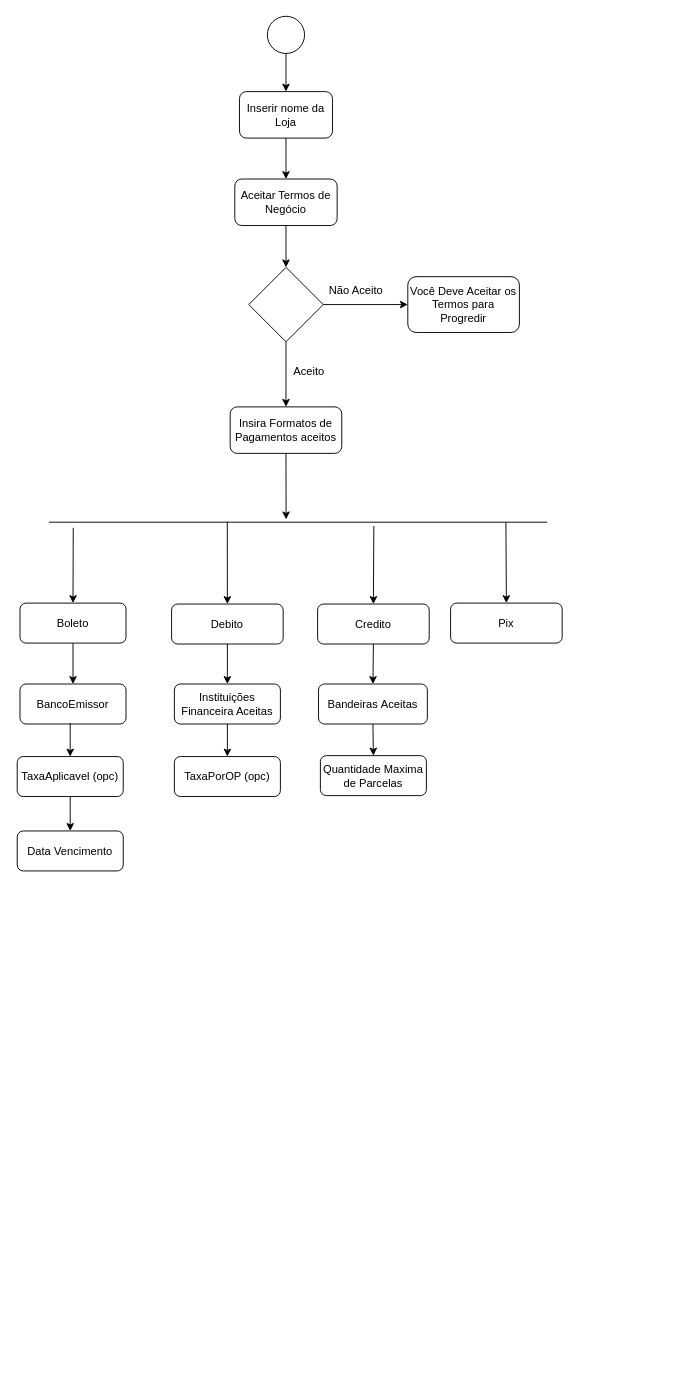
The draw.io diagram page "FluxoDeAtividadeAdicionarLoja" (4 of 4) of DiagramasPIMVII.drawio in GustavoFerreira143/AtividadeSenai, before the edit. Source tidied: cells renumbered, new cells numbered last; positions are measured from the earlier drawing's top-left corner, leaving out a move shared by most shapes. Both pictures are drawn from the tidied source at 93%, with x=0, y=0 at pixel (17, 16).
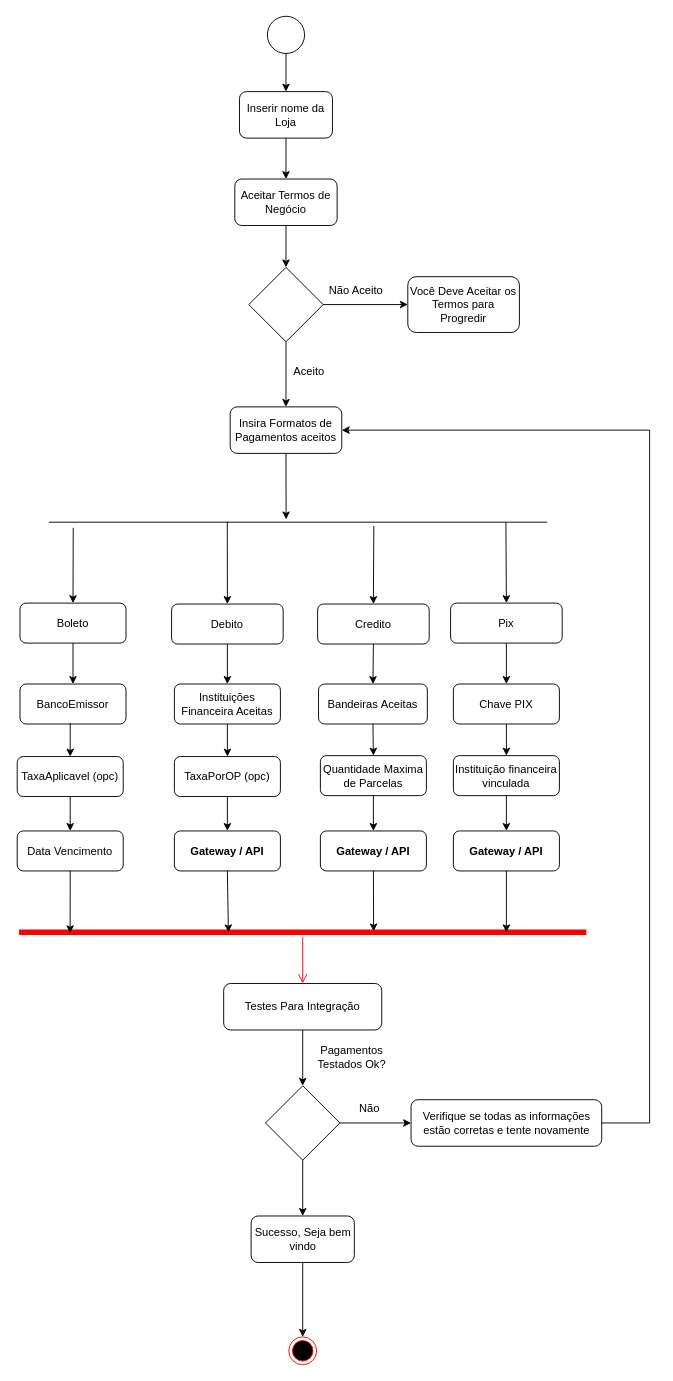
The same page after the edit.

The change refers to these unchanged cells:
```xml
<mxCell id="7" value="Insira Formatos de Pagamentos aceitos" style="rounded=1;whiteSpace=wrap;html=1;" parent="1" vertex="1">
  <mxGeometry x="229" y="420" width="120" height="50" as="geometry" />
</mxCell>
<mxCell id="24" value="Pix" style="rounded=1;whiteSpace=wrap;html=1;" parent="1" vertex="1">
  <mxGeometry x="466" y="631" width="120" height="43" as="geometry" />
</mxCell>
<mxCell id="29" value="Data Vencimento" style="rounded=1;whiteSpace=wrap;html=1;" parent="1" vertex="1">
  <mxGeometry y="876" width="114" height="43" as="geometry" />
</mxCell>
<mxCell id="33" value="TaxaPorOP (opc)" style="rounded=1;whiteSpace=wrap;html=1;" parent="1" vertex="1">
  <mxGeometry x="169" y="796" width="114" height="43" as="geometry" />
</mxCell>
<mxCell id="37" value="Quantidade Maxima de Parcelas" style="rounded=1;whiteSpace=wrap;html=1;" parent="1" vertex="1">
  <mxGeometry x="326" y="795" width="114" height="43" as="geometry" />
</mxCell>
```

Change to the diagram source:
```diff
@@
+    <mxCell id="39" value="Chave PIX" style="rounded=1;whiteSpace=wrap;html=1;" parent="1" vertex="1">
+      <mxGeometry x="469" y="718" width="114" height="43" as="geometry" />
+    </mxCell>
+    <mxCell id="40" style="endArrow=classic;html=1;rounded=0;entryX=0.5;entryY=0;entryDx=0;entryDy=0;exitX=0.5;exitY=1;exitDx=0;exitDy=0;" parent="1" edge="1" source="24" target="39">
+      <mxGeometry relative="1" as="geometry" />
+    </mxCell>
+    <mxCell id="41" value="Instituição financeira vinculada" style="rounded=1;whiteSpace=wrap;html=1;" parent="1" vertex="1">
+      <mxGeometry x="469" y="795" width="114" height="43" as="geometry" />
+    </mxCell>
+    <mxCell id="42" value="&lt;strong&gt;Gateway / API&lt;/strong&gt;" style="rounded=1;whiteSpace=wrap;html=1;" parent="1" vertex="1">
+      <mxGeometry x="469" y="876" width="114" height="43" as="geometry" />
+    </mxCell>
+    <mxCell id="43" value="&lt;strong&gt;Gateway / API&lt;/strong&gt;" style="rounded=1;whiteSpace=wrap;html=1;" parent="1" vertex="1">
+      <mxGeometry x="326" y="876" width="114" height="43" as="geometry" />
+    </mxCell>
+    <mxCell id="44" value="&lt;strong&gt;Gateway / API&lt;/strong&gt;" style="rounded=1;whiteSpace=wrap;html=1;" parent="1" vertex="1">
+      <mxGeometry x="169" y="876" width="114" height="43" as="geometry" />
+    </mxCell>
+    <mxCell id="45" style="endArrow=classic;html=1;rounded=0;exitX=0.5;exitY=1;exitDx=0;exitDy=0;entryX=0.5;entryY=0;entryDx=0;entryDy=0;" parent="1" edge="1" source="33" target="44">
+      <mxGeometry relative="1" as="geometry" />
+    </mxCell>
+    <mxCell id="46" style="endArrow=classic;html=1;rounded=0;exitX=0.5;exitY=1;exitDx=0;exitDy=0;entryX=0.5;entryY=0;entryDx=0;entryDy=0;" parent="1" edge="1" source="37" target="43">
+      <mxGeometry relative="1" as="geometry" />
+    </mxCell>
+    <mxCell id="47" style="endArrow=classic;html=1;rounded=0;entryX=0.5;entryY=0;entryDx=0;entryDy=0;exitX=0.5;exitY=1;exitDx=0;exitDy=0;" parent="1" edge="1" source="39" target="41">
+      <mxGeometry relative="1" as="geometry" />
+    </mxCell>
+    <mxCell id="48" style="endArrow=classic;html=1;rounded=0;entryX=0.5;entryY=0;entryDx=0;entryDy=0;exitX=0.5;exitY=1;exitDx=0;exitDy=0;" parent="1" edge="1" source="41" target="42">
+      <mxGeometry relative="1" as="geometry" />
+    </mxCell>
+    <mxCell id="49" style="shape=line;html=1;strokeWidth=6;strokeColor=#ff0000;" parent="1" vertex="1">
+      <mxGeometry x="2" y="980" width="610" height="10" as="geometry" />
+    </mxCell>
+    <mxCell id="50" style="edgeStyle=orthogonalEdgeStyle;html=1;verticalAlign=bottom;endArrow=open;endSize=8;strokeColor=#ff0000;rounded=0;entryX=0.5;entryY=0;entryDx=0;entryDy=0;" parent="1" edge="1" source="49" target="55">
+      <mxGeometry relative="1" as="geometry" />
+    </mxCell>
+    <mxCell id="51" style="endArrow=classic;html=1;rounded=0;exitX=0.5;exitY=1;exitDx=0;exitDy=0;entryX=0.09;entryY=0.6;entryDx=0;entryDy=0;entryPerimeter=0;" parent="1" edge="1" source="29" target="49">
+      <mxGeometry relative="1" as="geometry" />
+    </mxCell>
+    <mxCell id="52" style="endArrow=classic;html=1;rounded=0;exitX=0.5;exitY=1;exitDx=0;exitDy=0;entryX=0.369;entryY=0.5;entryDx=0;entryDy=0;entryPerimeter=0;" parent="1" edge="1" source="44" target="49">
+      <mxGeometry relative="1" as="geometry" />
+    </mxCell>
+    <mxCell id="53" style="endArrow=classic;html=1;rounded=0;entryX=0.625;entryY=0.4;entryDx=0;entryDy=0;entryPerimeter=0;exitX=0.5;exitY=1;exitDx=0;exitDy=0;" parent="1" edge="1" source="43" target="49">
+      <mxGeometry relative="1" as="geometry" />
+    </mxCell>
+    <mxCell id="54" style="endArrow=classic;html=1;rounded=0;entryX=0.859;entryY=0.5;entryDx=0;entryDy=0;entryPerimeter=0;exitX=0.5;exitY=1;exitDx=0;exitDy=0;" parent="1" edge="1" source="42" target="49">
+      <mxGeometry relative="1" as="geometry" />
+    </mxCell>
+    <mxCell id="55" value="Testes Para Integração" style="rounded=1;whiteSpace=wrap;html=1;" parent="1" vertex="1">
+      <mxGeometry x="222" y="1040" width="170" height="50" as="geometry" />
+    </mxCell>
+    <mxCell id="56" style="rhombus;whiteSpace=wrap;html=1;" parent="1" vertex="1">
+      <mxGeometry x="267" y="1150" width="80" height="80" as="geometry" />
+    </mxCell>
+    <mxCell id="57" style="endArrow=classic;html=1;rounded=0;exitX=0.5;exitY=1;exitDx=0;exitDy=0;entryX=0.5;entryY=0;entryDx=0;entryDy=0;" parent="1" edge="1" source="55" target="56">
+      <mxGeometry relative="1" as="geometry" />
+    </mxCell>
+    <mxCell id="58" value="Pagamentos Testados Ok?" style="text;html=1;align=center;verticalAlign=middle;whiteSpace=wrap;rounded=0;" parent="1" vertex="1">
+      <mxGeometry x="310" y="1104" width="100" height="30" as="geometry" />
+    </mxCell>
+    <mxCell id="59" value="Verifique se todas as informações estão corretas e tente novamente" style="rounded=1;whiteSpace=wrap;html=1;" parent="1" vertex="1">
+      <mxGeometry x="423.5" y="1165" width="205" height="50" as="geometry" />
+    </mxCell>
+    <mxCell id="60" style="endArrow=classic;html=1;rounded=0;exitX=1;exitY=0.5;exitDx=0;exitDy=0;entryX=0;entryY=0.5;entryDx=0;entryDy=0;" parent="1" edge="1" source="56" target="59">
+      <mxGeometry relative="1" as="geometry" />
+    </mxCell>
+    <mxCell id="61" value="Não" style="text;html=1;align=center;verticalAlign=middle;whiteSpace=wrap;rounded=0;" parent="1" vertex="1">
+      <mxGeometry x="349" y="1160" width="60" height="30" as="geometry" />
+    </mxCell>
+    <mxCell id="62" style="endArrow=classic;html=1;rounded=0;exitX=1;exitY=0.5;exitDx=0;exitDy=0;entryX=1;entryY=0.5;entryDx=0;entryDy=0;" parent="1" edge="1" source="59" target="7">
+      <mxGeometry relative="1" as="geometry">
+        <Array as="points">
+          <mxPoint x="680" y="1190" />
+          <mxPoint x="680" y="445" />
+        </Array>
+      </mxGeometry>
+    </mxCell>
+    <mxCell id="63" style="endArrow=classic;html=1;rounded=0;exitX=0.5;exitY=1;exitDx=0;exitDy=0;entryX=0.5;entryY=0;entryDx=0;entryDy=0;" parent="1" edge="1" source="56" target="64">
+      <mxGeometry relative="1" as="geometry" />
+    </mxCell>
+    <mxCell id="64" value="Sucesso, Seja bem vindo" style="rounded=1;whiteSpace=wrap;html=1;" parent="1" vertex="1">
+      <mxGeometry x="251.5" y="1290" width="111" height="50" as="geometry" />
+    </mxCell>
+    <mxCell id="65" style="ellipse;html=1;shape=endState;fillColor=#000000;strokeColor=#ff0000;" parent="1" vertex="1">
+      <mxGeometry x="292" y="1420" width="30" height="30" as="geometry" />
+    </mxCell>
+    <mxCell id="66" style="endArrow=classic;html=1;rounded=0;exitX=0.5;exitY=1;exitDx=0;exitDy=0;entryX=0.5;entryY=0;entryDx=0;entryDy=0;" parent="1" edge="1" source="64" target="65">
+      <mxGeometry relative="1" as="geometry" />
+    </mxCell>
```
